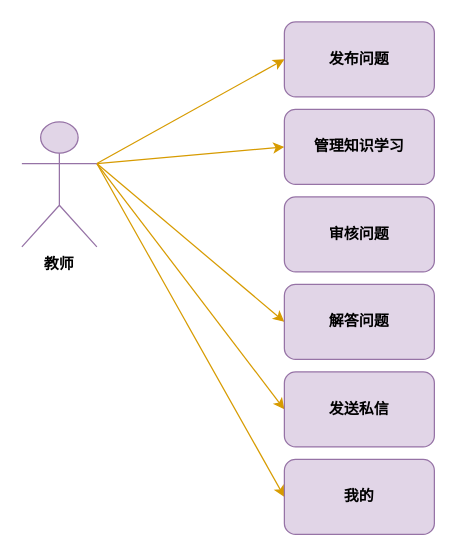
This is 教师用例图.drawio from ov0-0vo/1, a draw.io file, before an edit. Source tidied: cells renumbered, new cells numbered last; positions are measured from the earlier drawing's top-left corner, leaving out a move shared by most shapes. Both pictures are drawn from the tidied source at 125%, with x=0, y=0 at pixel (21, 21).
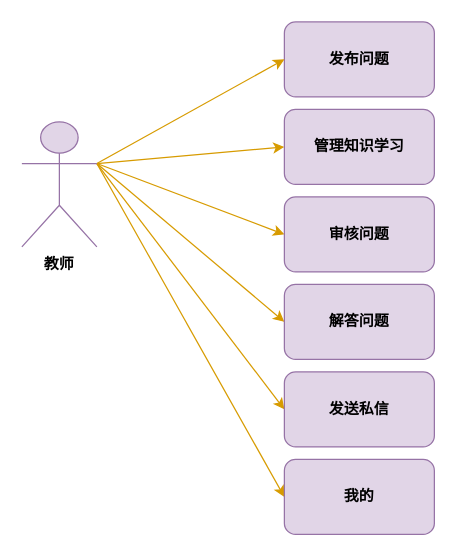
The same page after the edit.

Commit message (it also covers changes not shown here):
更新教师用例图.drawio

What changed in the source:
```diff
@@
 <mxGraphModel>
   <root>
     <mxCell id="0" />
     <mxCell id="1" parent="0" />
     <mxCell id="2" value="发布问题" style="rounded=1;whiteSpace=wrap;html=1;fillColor=#e1d5e7;strokeColor=#9673a6;fontFamily=Times New Roman;fontStyle=1;" parent="1" vertex="1">
       <mxGeometry x="210" width="120" height="60" as="geometry" />
     </mxCell>
     <mxCell id="3" style="rounded=0;jettySize=auto;html=1;entryX=0;entryY=0.5;entryDx=0;entryDy=0;fillColor=#ffe6cc;strokeColor=#D79B00;" parent="1" edge="1" source="8" target="2">
       <mxGeometry relative="1" as="geometry" />
     </mxCell>
     <mxCell id="4" style="edgeStyle=none;shape=connector;rounded=0;jettySize=auto;html=1;entryX=0;entryY=0.5;entryDx=0;entryDy=0;labelBackgroundColor=default;strokeColor=#d79b00;fontFamily=Helvetica;fontSize=12;fontColor=default;endArrow=classic;fillColor=#ffe6cc;exitX=1;exitY=0.3333333333333333;exitDx=0;exitDy=0;exitPerimeter=0;" parent="1" edge="1" source="8" target="9">
       <mxGeometry relative="1" as="geometry" />
     </mxCell>
     <mxCell id="5" style="edgeStyle=none;shape=connector;rounded=0;jettySize=auto;html=1;labelBackgroundColor=default;strokeColor=#d79b00;fontFamily=Helvetica;fontSize=12;fontColor=default;endArrow=classic;fillColor=#ffe6cc;entryX=0;entryY=0.5;entryDx=0;entryDy=0;exitX=1;exitY=0.3333333333333333;exitDx=0;exitDy=0;exitPerimeter=0;" parent="1" edge="1" source="8" target="10">
       <mxGeometry relative="1" as="geometry" />
     </mxCell>
     <mxCell id="6" style="edgeStyle=none;shape=connector;rounded=0;jettySize=auto;html=1;entryX=0;entryY=0.5;entryDx=0;entryDy=0;labelBackgroundColor=default;strokeColor=#d79b00;fontFamily=Helvetica;fontSize=12;fontColor=default;endArrow=classic;fillColor=#ffe6cc;exitX=1;exitY=0.3333333333333333;exitDx=0;exitDy=0;exitPerimeter=0;" parent="1" edge="1" source="8" target="11">
       <mxGeometry relative="1" as="geometry" />
     </mxCell>
     <mxCell id="7" style="edgeStyle=none;shape=connector;rounded=0;jettySize=auto;html=1;exitX=1;exitY=0.3333333333333333;exitDx=0;exitDy=0;exitPerimeter=0;entryX=0;entryY=0.5;entryDx=0;entryDy=0;labelBackgroundColor=default;strokeColor=#d79b00;fontFamily=Helvetica;fontSize=12;fontColor=default;endArrow=classic;fillColor=#ffe6cc;" parent="1" edge="1" source="8" target="12">
       <mxGeometry relative="1" as="geometry" />
     </mxCell>
+    <mxCell id="14" style="edgeStyle=none;shape=connector;rounded=0;jettySize=auto;html=1;exitX=1;exitY=0.3333333333333333;exitDx=0;exitDy=0;exitPerimeter=0;entryX=0;entryY=0.5;entryDx=0;entryDy=0;labelBackgroundColor=default;strokeColor=#d79b00;fontFamily=Helvetica;fontSize=12;fontColor=default;endArrow=classic;fillColor=#ffe6cc;" parent="1" edge="1" source="8" target="13">
+      <mxGeometry relative="1" as="geometry" />
+    </mxCell>
     <mxCell id="8" value="教师" style="shape=umlActor;verticalLabelPosition=bottom;verticalAlign=top;outlineConnect=0;labelBackgroundColor=none;fillColor=#e1d5e7;strokeColor=#9673a6;fontStyle=1;strokeWidth=1;fontFamily=Times New Roman;" parent="1" vertex="1">
       <mxGeometry y="80" width="60" height="100" as="geometry" />
     </mxCell>
     <mxCell id="9" value="管理知识学习" style="rounded=1;whiteSpace=wrap;html=1;fillColor=#e1d5e7;strokeColor=#9673a6;fontFamily=Times New Roman;fontStyle=1;" parent="1" vertex="1">
       <mxGeometry x="210" y="70" width="120" height="60" as="geometry" />
     </mxCell>
     <mxCell id="10" value="解答问题" style="rounded=1;whiteSpace=wrap;html=1;fillColor=#e1d5e7;strokeColor=#9673a6;fontFamily=Times New Roman;fontStyle=1;" parent="1" vertex="1">
       <mxGeometry x="210" y="210" width="120" height="60" as="geometry" />
     </mxCell>
     <mxCell id="11" value="我的" style="rounded=1;whiteSpace=wrap;html=1;fillColor=#e1d5e7;strokeColor=#9673a6;fontFamily=Times New Roman;fontStyle=1;" parent="1" vertex="1">
       <mxGeometry x="210" y="350" width="120" height="60" as="geometry" />
     </mxCell>
     <mxCell id="12" value="发送私信" style="rounded=1;whiteSpace=wrap;html=1;fillColor=#e1d5e7;strokeColor=#9673a6;fontFamily=Times New Roman;fontStyle=1;" parent="1" vertex="1">
       <mxGeometry x="210" y="280" width="120" height="60" as="geometry" />
     </mxCell>
     <mxCell id="13" value="审核问题" style="rounded=1;whiteSpace=wrap;html=1;fillColor=#e1d5e7;strokeColor=#9673a6;fontFamily=Times New Roman;fontStyle=1;" parent="1" vertex="1">
       <mxGeometry x="210" y="140" width="120" height="60" as="geometry" />
     </mxCell>
   </root>
 </mxGraphModel>
```
